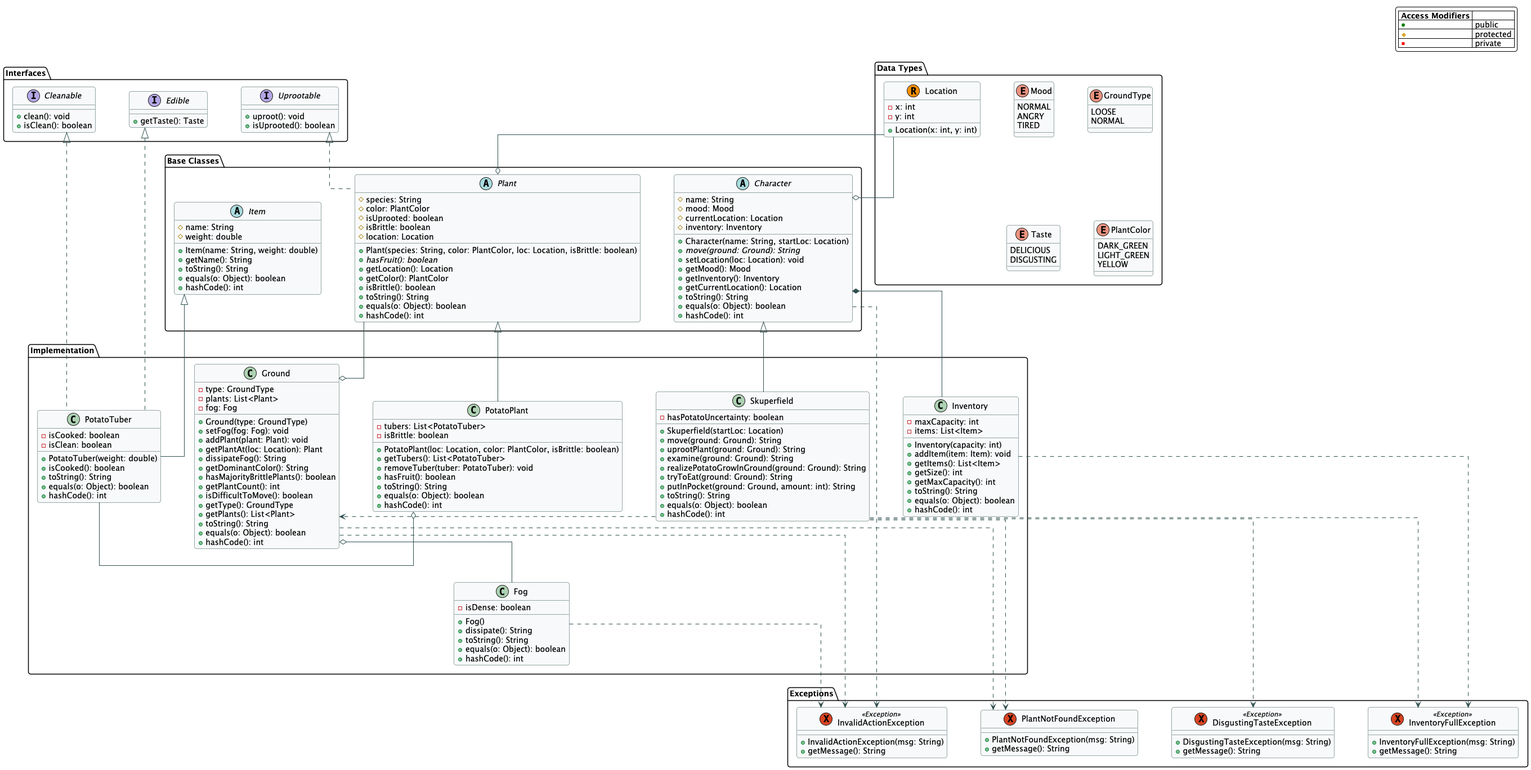
mikhalexandr/itmo-cse-programming keeps this PlantUML diagram as lab3-4/docs/diagram.png. Above is the earlier version. Source of this version:
```plantuml
@startuml
skinparam backgroundColor #FFFFFF
skinparam linetype ortho
skinparam shadowing false
skinparam roundcorner 8

skinparam nodesep 60
skinparam ranksep 60
skinparam class {
    BackgroundColor #F8F9FA
    BorderColor #2F4F4F
    ArrowColor #2F4F4F
}

legend top right
|= Access Modifiers |= |
| <color:Green>●</color> | public |
| <color:GoldenRod>◆</color>| protected |
| <color:Red>■</color> | private |
end legend

package "Interfaces"{
    interface Edible {
        + getTaste(): Taste
    }
    interface Cleanable {
        + clean(): void
        + isClean(): boolean
    }
    interface Uprootable {
        + uproot(): void
        + isUprooted(): boolean
    }
}

package "Data Types" {
    enum Mood {
        NORMAL
        ANGRY
        TIRED
    }

    enum GroundType {
        LOOSE
        NORMAL
    }

    enum Taste {
        DELICIOUS
        DISGUSTING
    }

    enum PlantColor {
        DARK_GREEN
        LIGHT_GREEN
        YELLOW
    }

    record Location  {
        - x: int
        - y: int
        + Location(x: int, y: int)
    }
}

package "Exceptions" {
    exception PlantNotFoundException {
        + PlantNotFoundException(msg: String)
        + getMessage(): String
    }
    exception InvalidActionException <<Exception>> {
        + InvalidActionException(msg: String)
        + getMessage(): String
    }
    exception DisgustingTasteException <<Exception>> {
        + DisgustingTasteException(msg: String)
        + getMessage(): String
    }
    exception InventoryFullException <<Exception>> {
        + InventoryFullException(msg: String)
        + getMessage(): String
    }
}

package "Base Classes" {
    abstract class Item {
        # name: String
        # weight: double
        + Item(name: String, weight: double)
        + getName(): String
        + toString(): String
        + equals(o: Object): boolean
        + hashCode(): int
    }

    abstract class Plant {
        # species: String
        # color: PlantColor
        # isUprooted: boolean
        # isBrittle: boolean
        # location: Location
        + Plant(species: String, color: PlantColor, loc: Location, isBrittle: boolean)
        + {abstract} hasFruit(): boolean
        + getLocation(): Location
        + getColor(): PlantColor
        + isBrittle(): boolean
        + toString(): String
        + equals(o: Object): boolean
        + hashCode(): int
    }

    abstract class Character {
        # name: String
        # mood: Mood
        # currentLocation: Location
        # inventory: Inventory
        + Character(name: String, startLoc: Location)
        + {abstract} move(ground: Ground): String
        + setLocation(loc: Location): void
        + getMood(): Mood
        + getInventory(): Inventory
        + getCurrentLocation(): Location
        + toString(): String
        + equals(o: Object): boolean
        + hashCode(): int
    }
}

package "Implementation" {
    class PotatoTuber {
        - isCooked: boolean
        - isClean: boolean
        + PotatoTuber(weight: double)
        + isCooked(): boolean
        + toString(): String
        + equals(o: Object): boolean
        + hashCode(): int
    }

    class PotatoPlant {
        - tubers: List<PotatoTuber>
        - isBrittle: boolean
        + PotatoPlant(loc: Location, color: PlantColor, isBrittle: boolean)
        + getTubers(): List<PotatoTuber>
        + removeTuber(tuber: PotatoTuber): void
        + hasFruit(): boolean
        + toString(): String
        + equals(o: Object): boolean
        + hashCode(): int
    }

    class Skuperfield {
        - hasPotatoUncertainty: boolean
        + Skuperfield(startLoc: Location)
        + move(ground: Ground): String
        + uprootPlant(ground: Ground): String
        + examine(ground: Ground): String
        + realizePotatoGrowInGround(ground: Ground): String
        + tryToEat(ground: Ground): String
        + putInPocket(ground: Ground, amount: int): String
        + toString(): String
        + equals(o: Object): boolean
        + hashCode(): int
    }

    class Inventory {
        - maxCapacity: int
        - items: List<Item>
        + Inventory(capacity: int)
        + addItem(item: Item): void
        + getItems(): List<Item>
        + getSize(): int
        + getMaxCapacity(): int
        + toString(): String
        + equals(o: Object): boolean
        + hashCode(): int
    }

    class Ground {
        - type: GroundType
        - plants: List<Plant>
        - fog: Fog
        + Ground(type: GroundType)
        + setFog(fog: Fog): void
        + addPlant(plant: Plant): void
        + getPlantAt(loc: Location): Plant
        + dissipateFog(): String
        + getDominantColor(): String
        + hasMajorityBrittlePlants(): boolean
        + getPlantCount(): int
        + isDifficultToMove(): boolean
        + getType(): GroundType
        + getPlants(): List<Plant>
        + toString(): String
        + equals(o: Object): boolean
        + hashCode(): int
    }

    class Fog {
        - isDense: boolean
        + Fog()
        + dissipate(): String
        + toString(): String
        + equals(o: Object): boolean
        + hashCode(): int
    }
}


PotatoTuber -up-|> Item
PotatoPlant -up-|> Plant
Skuperfield -up-|> Character

PotatoTuber .up.|> Edible
PotatoTuber .up.|> Cleanable
Plant .up.|> Uprootable

PotatoPlant o-left- PotatoTuber
Character *-- Inventory
Ground o-- Fog
Ground o-- Plant

Character o-up- Location
Plant o-up- Location

Skuperfield .down.> PlantNotFoundException
Skuperfield .down.> DisgustingTasteException
Skuperfield .down.> InventoryFullException
Character .down.> InvalidActionException
Ground .down.> InvalidActionException
Ground .down.> PlantNotFoundException
Fog .down.> InvalidActionException
Inventory .down.> InventoryFullException

Skuperfield .right.> Ground

Item -[hidden]right- Plant
Plant -[hidden]right- Character

@enduml
```
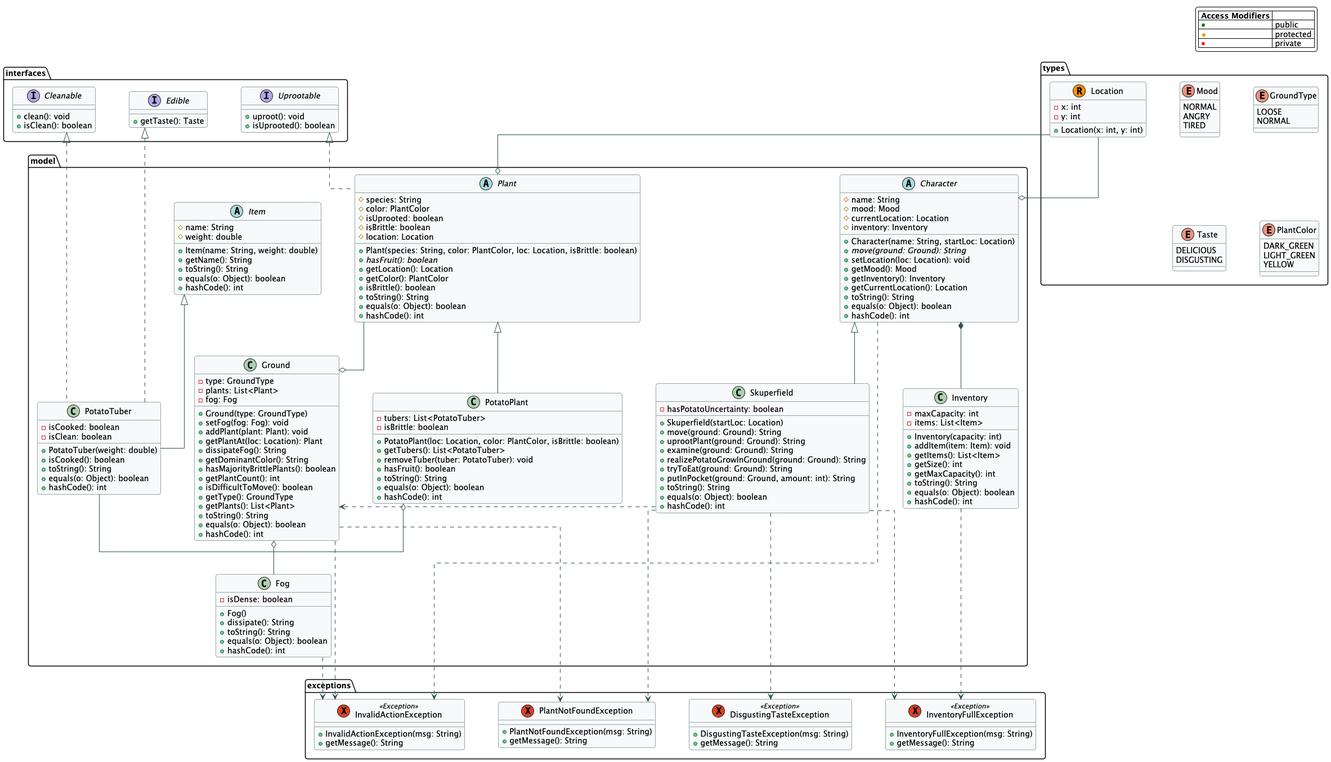
After the change.

Diff of the diagram source:
```diff
@@ -19,7 +19,7 @@
 | <color:Red>■</color> | private |
 end legend
 
-package "Interfaces"{
+package "interfaces" {
     interface Edible {
         + getTaste(): Taste
     }
@@ -33,7 +33,7 @@
     }
 }
 
-package "Data Types" {
+package "types" {
     enum Mood {
         NORMAL
         ANGRY
@@ -63,7 +63,7 @@
     }
 }
 
-package "Exceptions" {
+package "exceptions" {
     exception PlantNotFoundException {
         + PlantNotFoundException(msg: String)
         + getMessage(): String
@@ -82,7 +82,8 @@
     }
 }
 
-package "Base Classes" {
+package "model" {
+
     abstract class Item {
         # name: String
         # weight: double
@@ -124,9 +125,7 @@
         + equals(o: Object): boolean
         + hashCode(): int
     }
-}
 
-package "Implementation" {
     class PotatoTuber {
         - isCooked: boolean
         - isClean: boolean
```
